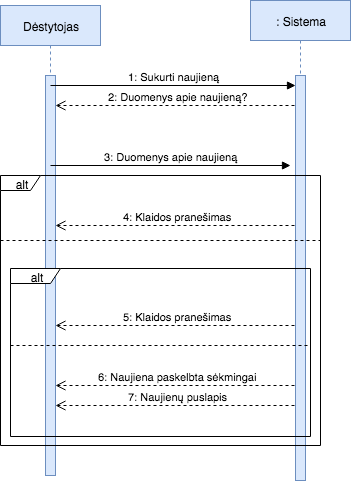
Earlier version of the draw.io export img/uzdNaujiena.png (eglepuo/PSI). Source tidied: cells renumbered, new cells last; positions are measured from the earlier drawing's top-left corner, leaving out a move shared by most shapes.
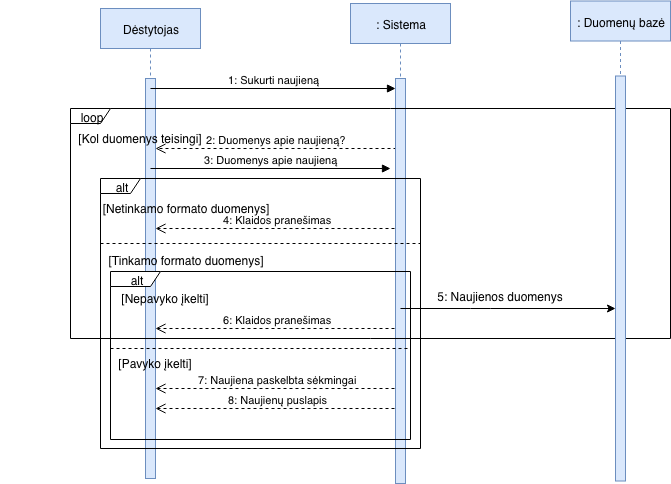
Later version of the same file.

Change to the diagram source:
```diff
@@ -18,7 +18,7 @@
     </mxCell>
     <mxCell id="6" value="2: Duomenys apie naujieną?" style="html=1;verticalAlign=bottom;endArrow=open;dashed=1;endSize=8;" parent="1" edge="1" target="3">
       <mxGeometry relative="1" as="geometry">
-        <mxPoint x="300" y="105" as="sourcePoint" />
+        <mxPoint x="296" y="145" as="sourcePoint" />
       </mxGeometry>
     </mxCell>
     <mxCell id="7" value="3: Duomenys apie naujieną" style="html=1;verticalAlign=bottom;endArrow=block;" parent="1" edge="1">
@@ -32,17 +32,17 @@
         <mxPoint x="300" y="225" as="sourcePoint" />
       </mxGeometry>
     </mxCell>
-    <mxCell id="9" value="5: Klaidos pranešimas" style="html=1;verticalAlign=bottom;endArrow=open;dashed=1;endSize=8;" parent="1" edge="1" target="3">
+    <mxCell id="9" value="6: Klaidos pranešimas" style="html=1;verticalAlign=bottom;endArrow=open;dashed=1;endSize=8;" parent="1" edge="1" target="3">
       <mxGeometry relative="1" as="geometry">
         <mxPoint x="300" y="325" as="sourcePoint" />
       </mxGeometry>
     </mxCell>
-    <mxCell id="10" value="6: Naujiena paskelbta sėkmingai" style="html=1;verticalAlign=bottom;endArrow=open;dashed=1;endSize=8;" parent="1" edge="1" target="3">
+    <mxCell id="10" value="7: Naujiena paskelbta sėkmingai" style="html=1;verticalAlign=bottom;endArrow=open;dashed=1;endSize=8;" parent="1" edge="1" target="3">
       <mxGeometry relative="1" as="geometry">
         <mxPoint x="300" y="385" as="sourcePoint" />
       </mxGeometry>
     </mxCell>
-    <mxCell id="11" value="7: Naujienų puslapis" style="html=1;verticalAlign=bottom;endArrow=open;dashed=1;endSize=8;" parent="1" edge="1" target="3">
+    <mxCell id="11" value="8: Naujienų puslapis" style="html=1;verticalAlign=bottom;endArrow=open;dashed=1;endSize=8;" parent="1" edge="1" target="3">
       <mxGeometry relative="1" as="geometry">
         <mxPoint x="300" y="405" as="sourcePoint" />
       </mxGeometry>
@@ -65,5 +65,40 @@
     <mxCell id="17" style="line;strokeWidth=1;html=1;dashed=1;" parent="1" vertex="1">
       <mxGeometry x="10" y="340" width="300" height="10" as="geometry" />
     </mxCell>
+    <mxCell id="18" value="loop&lt;br&gt;" style="shape=umlFrame;whiteSpace=wrap;html=1;width=40;height=15;" parent="1" vertex="1">
+      <mxGeometry x="-30" y="105" width="600" height="230" as="geometry" />
+    </mxCell>
+    <mxCell id="19" value="[Kol duomenys teisingi]" style="text;html=1;strokeColor=none;fillColor=none;align=center;verticalAlign=middle;whiteSpace=wrap;rounded=0;" parent="1" vertex="1">
+      <mxGeometry x="-100" y="125" width="280" height="20" as="geometry" />
+    </mxCell>
+    <mxCell id="20" value="[Netinkamo formato duomenys]" style="text;html=1;strokeColor=none;fillColor=none;align=center;verticalAlign=middle;whiteSpace=wrap;rounded=0;" parent="1" vertex="1">
+      <mxGeometry x="-10" y="195" width="190" height="20" as="geometry" />
+    </mxCell>
+    <mxCell id="21" value="[Tinkamo formato duomenys]" style="text;html=1;strokeColor=none;fillColor=none;align=center;verticalAlign=middle;whiteSpace=wrap;rounded=0;" parent="1" vertex="1">
+      <mxGeometry x="-10" y="246.5" width="190" height="20" as="geometry" />
+    </mxCell>
+    <mxCell id="22" value=": Duomenų bazė" style="shape=umlLifeline;perimeter=lifelinePerimeter;whiteSpace=wrap;html=1;fillColor=#dae8fc;strokeColor=#6c8ebf;" parent="1" vertex="1">
+      <mxGeometry x="470" y="-2.5" width="100" height="475" as="geometry" />
+    </mxCell>
+    <mxCell id="23" style="html=1;points=[];perimeter=orthogonalPerimeter;fillColor=#dae8fc;strokeColor=#6c8ebf;" parent="22" vertex="1">
+      <mxGeometry x="45" y="75" width="10" height="405" as="geometry" />
+    </mxCell>
+    <mxCell id="24" style="endArrow=classic;html=1;" parent="1" edge="1" target="23">
+      <mxGeometry relative="1" as="geometry">
+        <mxPoint x="300" y="305" as="sourcePoint" />
+        <Array as="points">
+          <mxPoint x="380" y="305" />
+        </Array>
+      </mxGeometry>
+    </mxCell>
+    <mxCell id="25" value="5: Naujienos duomenys&lt;br&gt;&lt;br&gt;" style="text;html=1;strokeColor=none;fillColor=none;align=center;verticalAlign=middle;whiteSpace=wrap;rounded=0;" parent="1" vertex="1">
+      <mxGeometry x="290" y="290" width="220" height="20" as="geometry" />
+    </mxCell>
+    <mxCell id="26" value="[Nepavyko įkelti]" style="text;html=1;strokeColor=none;fillColor=none;align=center;verticalAlign=middle;whiteSpace=wrap;rounded=0;" parent="1" vertex="1">
+      <mxGeometry x="-30" y="285" width="190" height="20" as="geometry" />
+    </mxCell>
+    <mxCell id="27" value="[Pavyko įkelti]" style="text;html=1;strokeColor=none;fillColor=none;align=center;verticalAlign=middle;whiteSpace=wrap;rounded=0;" parent="1" vertex="1">
+      <mxGeometry x="-40" y="350" width="190" height="20" as="geometry" />
+    </mxCell>
   </root>
 </mxGraphModel>
```
